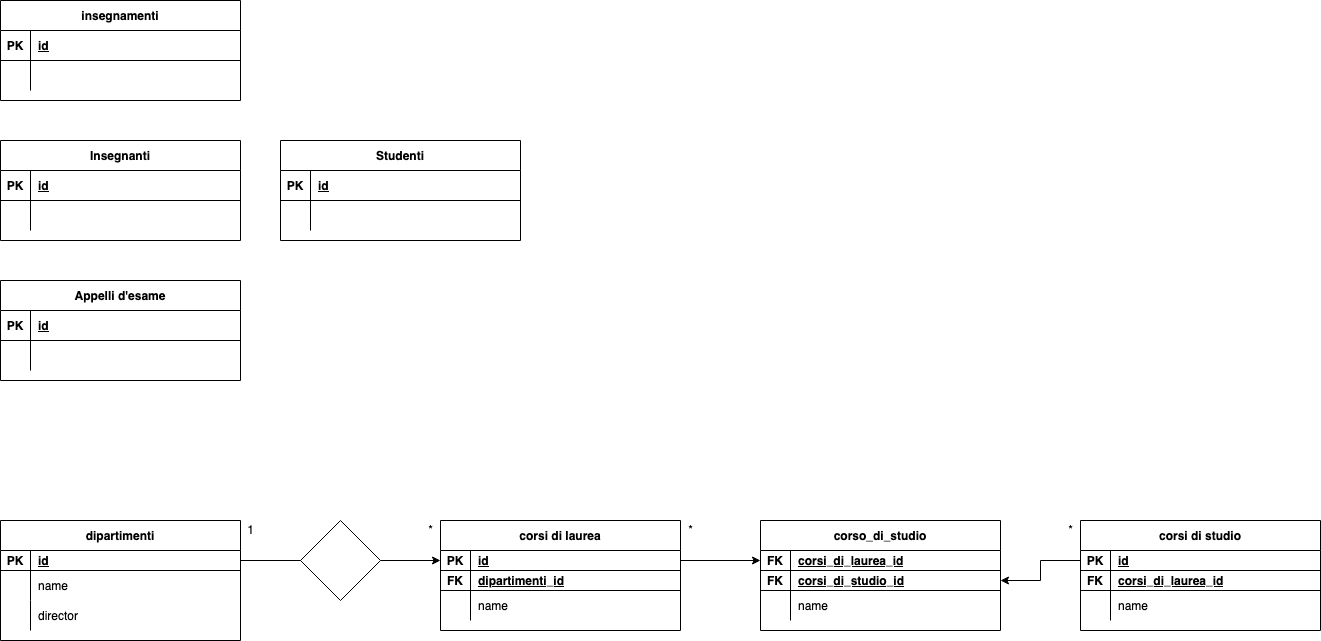
This is Untitled Diagram.drawio.png from marcodeiulio/db-university, a draw.io export, as it was before one commit. Source tidied: cells renumbered, new cells last; positions are measured from the earlier drawing's top-left corner, leaving out a move shared by most shapes.
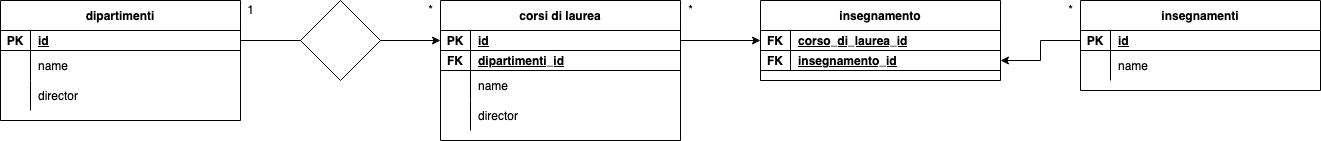
The same diagram one commit later.

Commit message:
- Fixed names and ids

What changed in the source:
```diff
@@ -33,7 +33,7 @@
       <mxGeometry x="30" width="210" height="30" as="geometry" />
     </mxCell>
     <mxCell id="12" value="corsi di laurea" style="shape=table;startSize=30;rowLines=0;fontStyle=1;align=center;" parent="1" vertex="1">
-      <mxGeometry x="440" y="520" width="240" height="110" as="geometry" />
+      <mxGeometry x="440" y="520" width="240" height="140" as="geometry" />
     </mxCell>
     <mxCell id="13" style="shape=partialRectangle;fillColor=none;points=[[0,0.5],[1,0.5]];portConstraint=eastwest;top=0;left=0;right=0;bottom=1;" parent="12" vertex="1">
       <mxGeometry y="30" width="240" height="20" as="geometry" />
@@ -62,90 +62,15 @@
     <mxCell id="21" value="name" style="shape=partialRectangle;overflow=hidden;fillColor=none;top=0;left=0;bottom=0;right=0;align=left;spacingLeft=6;" parent="19" vertex="1">
       <mxGeometry x="30" width="210" height="30" as="geometry" />
     </mxCell>
-    <mxCell id="22" value="Insegnanti" style="shape=table;startSize=30;rowLines=0;fontStyle=1;align=center;" parent="1" vertex="1">
-      <mxGeometry y="140" width="240" height="100" as="geometry" />
-    </mxCell>
-    <mxCell id="23" style="shape=partialRectangle;fillColor=none;top=0;left=0;right=0;bottom=1;" parent="22" vertex="1">
-      <mxGeometry y="30" width="240" height="30" as="geometry" />
-    </mxCell>
-    <mxCell id="24" value="PK" style="shape=partialRectangle;overflow=hidden;fillColor=none;top=0;left=0;bottom=0;right=0;fontStyle=1;" parent="23" vertex="1">
-      <mxGeometry width="30" height="30" as="geometry" />
-    </mxCell>
-    <mxCell id="25" value="id " style="shape=partialRectangle;overflow=hidden;fillColor=none;top=0;left=0;bottom=0;right=0;align=left;spacingLeft=6;fontStyle=5;" parent="23" vertex="1">
-      <mxGeometry x="30" width="210" height="30" as="geometry" />
-    </mxCell>
-    <mxCell id="26" style="shape=partialRectangle;fillColor=none;top=0;left=0;right=0;bottom=0;" parent="22" vertex="1">
-      <mxGeometry y="60" width="240" height="30" as="geometry" />
-    </mxCell>
-    <mxCell id="27" style="shape=partialRectangle;overflow=hidden;fillColor=none;top=0;left=0;bottom=0;right=0;" parent="26" vertex="1">
-      <mxGeometry width="30" height="30" as="geometry" />
-    </mxCell>
-    <mxCell id="28" style="shape=partialRectangle;overflow=hidden;fillColor=none;top=0;left=0;bottom=0;right=0;align=left;spacingLeft=6;" parent="26" vertex="1">
-      <mxGeometry x="30" width="210" height="30" as="geometry" />
-    </mxCell>
-    <mxCell id="29" value="Studenti" style="shape=table;startSize=30;rowLines=0;fontStyle=1;align=center;" parent="1" vertex="1">
-      <mxGeometry x="280" y="140" width="240" height="100" as="geometry" />
-    </mxCell>
-    <mxCell id="30" style="shape=partialRectangle;fillColor=none;top=0;left=0;right=0;bottom=1;" parent="29" vertex="1">
-      <mxGeometry y="30" width="240" height="30" as="geometry" />
-    </mxCell>
-    <mxCell id="31" value="PK" style="shape=partialRectangle;overflow=hidden;fillColor=none;top=0;left=0;bottom=0;right=0;fontStyle=1;" parent="30" vertex="1">
-      <mxGeometry width="30" height="30" as="geometry" />
-    </mxCell>
-    <mxCell id="32" value="id " style="shape=partialRectangle;overflow=hidden;fillColor=none;top=0;left=0;bottom=0;right=0;align=left;spacingLeft=6;fontStyle=5;" parent="30" vertex="1">
-      <mxGeometry x="30" width="210" height="30" as="geometry" />
-    </mxCell>
-    <mxCell id="33" style="shape=partialRectangle;fillColor=none;top=0;left=0;right=0;bottom=0;" parent="29" vertex="1">
-      <mxGeometry y="60" width="240" height="30" as="geometry" />
-    </mxCell>
-    <mxCell id="34" style="shape=partialRectangle;overflow=hidden;fillColor=none;top=0;left=0;bottom=0;right=0;" parent="33" vertex="1">
-      <mxGeometry width="30" height="30" as="geometry" />
-    </mxCell>
-    <mxCell id="35" style="shape=partialRectangle;overflow=hidden;fillColor=none;top=0;left=0;bottom=0;right=0;align=left;spacingLeft=6;" parent="33" vertex="1">
-      <mxGeometry x="30" width="210" height="30" as="geometry" />
-    </mxCell>
-    <mxCell id="36" value="Appelli d'esame" style="shape=table;startSize=30;rowLines=0;fontStyle=1;align=center;" parent="1" vertex="1">
-      <mxGeometry y="280" width="240" height="100" as="geometry" />
-    </mxCell>
-    <mxCell id="37" style="shape=partialRectangle;fillColor=none;top=0;left=0;right=0;bottom=1;" parent="36" vertex="1">
-      <mxGeometry y="30" width="240" height="30" as="geometry" />
-    </mxCell>
-    <mxCell id="38" value="PK" style="shape=partialRectangle;overflow=hidden;fillColor=none;top=0;left=0;bottom=0;right=0;fontStyle=1;" parent="37" vertex="1">
-      <mxGeometry width="30" height="30" as="geometry" />
-    </mxCell>
-    <mxCell id="39" value="id " style="shape=partialRectangle;overflow=hidden;fillColor=none;top=0;left=0;bottom=0;right=0;align=left;spacingLeft=6;fontStyle=5;" parent="37" vertex="1">
-      <mxGeometry x="30" width="210" height="30" as="geometry" />
-    </mxCell>
-    <mxCell id="40" style="shape=partialRectangle;fillColor=none;top=0;left=0;right=0;bottom=0;" parent="36" vertex="1">
-      <mxGeometry y="60" width="240" height="30" as="geometry" />
-    </mxCell>
-    <mxCell id="41" style="shape=partialRectangle;overflow=hidden;fillColor=none;top=0;left=0;bottom=0;right=0;" parent="40" vertex="1">
-      <mxGeometry width="30" height="30" as="geometry" />
-    </mxCell>
-    <mxCell id="42" style="shape=partialRectangle;overflow=hidden;fillColor=none;top=0;left=0;bottom=0;right=0;align=left;spacingLeft=6;" parent="40" vertex="1">
-      <mxGeometry x="30" width="210" height="30" as="geometry" />
-    </mxCell>
-    <mxCell id="43" value="insegnamenti" style="shape=table;startSize=30;rowLines=0;fontStyle=1;align=center;" parent="1" vertex="1">
-      <mxGeometry width="240" height="100" as="geometry" />
-    </mxCell>
-    <mxCell id="44" style="shape=partialRectangle;fillColor=none;top=0;left=0;right=0;bottom=1;" parent="43" vertex="1">
-      <mxGeometry y="30" width="240" height="30" as="geometry" />
-    </mxCell>
-    <mxCell id="45" value="PK" style="shape=partialRectangle;overflow=hidden;fillColor=none;top=0;left=0;bottom=0;right=0;fontStyle=1;" parent="44" vertex="1">
-      <mxGeometry width="30" height="30" as="geometry" />
-    </mxCell>
-    <mxCell id="46" value="id " style="shape=partialRectangle;overflow=hidden;fillColor=none;top=0;left=0;bottom=0;right=0;align=left;spacingLeft=6;fontStyle=5;" parent="44" vertex="1">
-      <mxGeometry x="30" width="210" height="30" as="geometry" />
-    </mxCell>
-    <mxCell id="47" style="shape=partialRectangle;fillColor=none;top=0;left=0;right=0;bottom=0;" parent="43" vertex="1">
-      <mxGeometry y="60" width="240" height="30" as="geometry" />
-    </mxCell>
-    <mxCell id="48" style="shape=partialRectangle;overflow=hidden;fillColor=none;top=0;left=0;bottom=0;right=0;" parent="47" vertex="1">
-      <mxGeometry width="30" height="30" as="geometry" />
-    </mxCell>
-    <mxCell id="49" style="shape=partialRectangle;overflow=hidden;fillColor=none;top=0;left=0;bottom=0;right=0;align=left;spacingLeft=6;" parent="47" vertex="1">
-      <mxGeometry x="30" width="210" height="30" as="geometry" />
-    </mxCell>
+    <mxCell id="79" style="shape=partialRectangle;fillColor=none;top=0;left=0;right=0;bottom=0;" parent="12" vertex="1">
+      <mxGeometry y="100" width="240" height="30" as="geometry" />
+    </mxCell>
+    <mxCell id="80" style="shape=partialRectangle;overflow=hidden;fillColor=none;top=0;left=0;bottom=0;right=0;" parent="79" vertex="1">
+      <mxGeometry width="30" height="30" as="geometry" />
+    </mxCell>
+    <mxCell id="81" value="director" style="shape=partialRectangle;overflow=hidden;fillColor=none;top=0;left=0;bottom=0;right=0;align=left;spacingLeft=6;" parent="79" vertex="1">
+      <mxGeometry x="30" width="210" height="30" as="geometry" />
+    </mxCell>
     <mxCell id="50" style="edgeStyle=orthogonalEdgeStyle;rounded=0;jettySize=auto;html=1;startArrow=none;" parent="1" edge="1" source="51" target="13">
       <mxGeometry relative="1" as="geometry" />
     </mxCell>
@@ -161,8 +86,8 @@
     <mxCell id="54" value="*" style="text;html=1;align=center;verticalAlign=middle;strokeColor=none;fillColor=none;" parent="1" vertex="1">
       <mxGeometry x="420" y="520" width="20" height="20" as="geometry" />
     </mxCell>
-    <mxCell id="55" value="corsi di studio" style="shape=table;startSize=30;rowLines=0;fontStyle=1;align=center;" parent="1" vertex="1">
-      <mxGeometry x="1080" y="520" width="240" height="110" as="geometry" />
+    <mxCell id="55" value="insegnamenti" style="shape=table;startSize=30;rowLines=0;fontStyle=1;align=center;" parent="1" vertex="1">
+      <mxGeometry x="1080" y="520" width="240" height="90" as="geometry" />
     </mxCell>
     <mxCell id="56" style="shape=partialRectangle;fillColor=none;points=[[0,0.5],[1,0.5]];portConstraint=eastwest;top=0;left=0;right=0;bottom=1;" parent="55" vertex="1">
       <mxGeometry y="30" width="240" height="20" as="geometry" />
@@ -173,17 +98,8 @@
     <mxCell id="58" value="id " style="shape=partialRectangle;overflow=hidden;fillColor=none;top=0;left=0;bottom=0;right=0;align=left;spacingLeft=6;fontStyle=5;" parent="56" vertex="1">
       <mxGeometry x="30" width="210" height="20" as="geometry" />
     </mxCell>
-    <mxCell id="59" style="shape=partialRectangle;fillColor=none;top=0;left=0;right=0;bottom=1;" parent="55" vertex="1">
-      <mxGeometry y="50" width="240" height="20" as="geometry" />
-    </mxCell>
-    <mxCell id="60" value="FK" style="shape=partialRectangle;overflow=hidden;fillColor=none;top=0;left=0;bottom=0;right=0;fontStyle=1;" parent="59" vertex="1">
-      <mxGeometry width="30" height="20" as="geometry" />
-    </mxCell>
-    <mxCell id="61" value="corsi_di_laurea_id" style="shape=partialRectangle;overflow=hidden;fillColor=none;top=0;left=0;bottom=0;right=0;align=left;spacingLeft=6;fontStyle=5;" parent="59" vertex="1">
-      <mxGeometry x="30" width="210" height="20" as="geometry" />
-    </mxCell>
     <mxCell id="62" style="shape=partialRectangle;fillColor=none;top=0;left=0;right=0;bottom=0;" parent="55" vertex="1">
-      <mxGeometry y="70" width="240" height="30" as="geometry" />
+      <mxGeometry y="50" width="240" height="30" as="geometry" />
     </mxCell>
     <mxCell id="63" style="shape=partialRectangle;overflow=hidden;fillColor=none;top=0;left=0;bottom=0;right=0;" parent="62" vertex="1">
       <mxGeometry width="30" height="30" as="geometry" />
@@ -191,8 +107,8 @@
     <mxCell id="64" value="name" style="shape=partialRectangle;overflow=hidden;fillColor=none;top=0;left=0;bottom=0;right=0;align=left;spacingLeft=6;" parent="62" vertex="1">
       <mxGeometry x="30" width="210" height="30" as="geometry" />
     </mxCell>
-    <mxCell id="65" value="corso_di_studio" style="shape=table;startSize=30;rowLines=0;fontStyle=1;align=center;" parent="1" vertex="1">
-      <mxGeometry x="760" y="520" width="240" height="110" as="geometry" />
+    <mxCell id="65" value="insegnamento" style="shape=table;startSize=30;rowLines=0;fontStyle=1;align=center;" parent="1" vertex="1">
+      <mxGeometry x="760" y="520" width="240" height="80" as="geometry" />
     </mxCell>
     <mxCell id="66" style="shape=partialRectangle;fillColor=none;points=[[0,0.5],[1,0.5]];portConstraint=eastwest;top=0;left=0;right=0;bottom=1;" parent="65" vertex="1">
       <mxGeometry y="30" width="240" height="20" as="geometry" />
@@ -200,7 +116,7 @@
     <mxCell id="67" value="FK" style="shape=partialRectangle;overflow=hidden;fillColor=none;top=0;left=0;bottom=0;right=0;fontStyle=1;" parent="66" vertex="1">
       <mxGeometry width="30" height="20" as="geometry" />
     </mxCell>
-    <mxCell id="68" value="corsi_di_laurea_id" style="shape=partialRectangle;overflow=hidden;fillColor=none;top=0;left=0;bottom=0;right=0;align=left;spacingLeft=6;fontStyle=5;" parent="66" vertex="1">
+    <mxCell id="68" value="corso_di_laurea_id" style="shape=partialRectangle;overflow=hidden;fillColor=none;top=0;left=0;bottom=0;right=0;align=left;spacingLeft=6;fontStyle=5;" parent="66" vertex="1">
       <mxGeometry x="30" width="210" height="20" as="geometry" />
     </mxCell>
     <mxCell id="69" style="shape=partialRectangle;fillColor=none;points=[[0,0.5],[1,0.5]];portConstraint=eastwest;top=0;left=0;right=0;bottom=1;" parent="65" vertex="1">
@@ -209,18 +125,9 @@
     <mxCell id="70" value="FK" style="shape=partialRectangle;overflow=hidden;fillColor=none;top=0;left=0;bottom=0;right=0;fontStyle=1;" parent="69" vertex="1">
       <mxGeometry width="30" height="20" as="geometry" />
     </mxCell>
-    <mxCell id="71" value="corsi_di_studio_id" style="shape=partialRectangle;overflow=hidden;fillColor=none;top=0;left=0;bottom=0;right=0;align=left;spacingLeft=6;fontStyle=5;" parent="69" vertex="1">
+    <mxCell id="71" value="insegnamento_id" style="shape=partialRectangle;overflow=hidden;fillColor=none;top=0;left=0;bottom=0;right=0;align=left;spacingLeft=6;fontStyle=5;" parent="69" vertex="1">
       <mxGeometry x="30" width="210" height="20" as="geometry" />
     </mxCell>
-    <mxCell id="72" style="shape=partialRectangle;fillColor=none;top=0;left=0;right=0;bottom=0;" parent="65" vertex="1">
-      <mxGeometry y="70" width="240" height="30" as="geometry" />
-    </mxCell>
-    <mxCell id="73" style="shape=partialRectangle;overflow=hidden;fillColor=none;top=0;left=0;bottom=0;right=0;" parent="72" vertex="1">
-      <mxGeometry width="30" height="30" as="geometry" />
-    </mxCell>
-    <mxCell id="74" value="name" style="shape=partialRectangle;overflow=hidden;fillColor=none;top=0;left=0;bottom=0;right=0;align=left;spacingLeft=6;" parent="72" vertex="1">
-      <mxGeometry x="30" width="210" height="30" as="geometry" />
-    </mxCell>
     <mxCell id="75" style="edgeStyle=orthogonalEdgeStyle;rounded=0;jettySize=auto;html=1;exitX=1;exitY=0.5;exitDx=0;exitDy=0;entryX=0;entryY=0.5;entryDx=0;entryDy=0;" parent="1" edge="1" source="13" target="66">
       <mxGeometry relative="1" as="geometry" />
     </mxCell>
```
